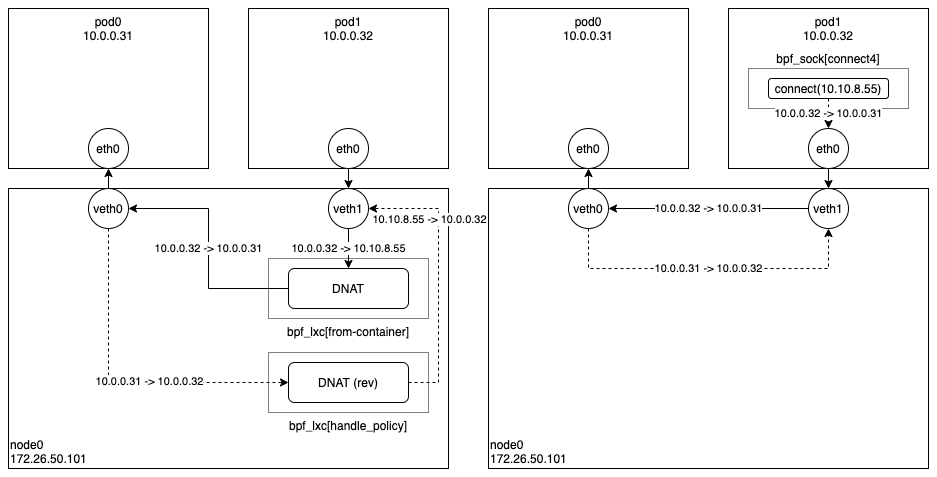
haruband/codebook keeps this draw.io diagram as k8s.cilium/loadbalancing/cilium-loadbalancing.png. Above is the earlier version. Source tidied: cells renumbered, new cells last; positions are measured from the earlier drawing's top-left corner, leaving out a move shared by most shapes.
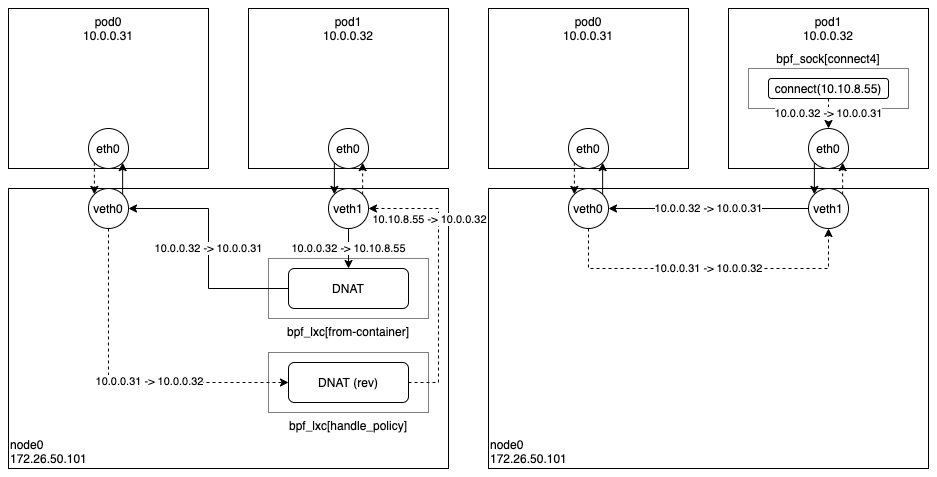
After the change.

Commit message:
Fix k8s.cilium.loadbalancing blog

What changed in the source:
```diff
@@ -20,12 +20,15 @@
     <mxCell id="7" value="DNAT" style="rounded=1;whiteSpace=wrap;html=1;align=center;" parent="1" vertex="1">
       <mxGeometry x="280" y="260" width="120" height="40" as="geometry" />
     </mxCell>
-    <mxCell id="8" style="edgeStyle=orthogonalEdgeStyle;rounded=0;jettySize=auto;html=1;exitX=0.5;exitY=0;exitDx=0;exitDy=0;entryX=0.5;entryY=1;entryDx=0;entryDy=0;startArrow=none;startFill=0;endArrow=classic;endFill=1;" parent="1" edge="1" source="9" target="10">
+    <mxCell id="8" style="edgeStyle=orthogonalEdgeStyle;rounded=0;jettySize=auto;html=1;exitX=1;exitY=0;exitDx=0;exitDy=0;entryX=1;entryY=1;entryDx=0;entryDy=0;" parent="1" edge="1" source="9" target="10">
       <mxGeometry relative="1" as="geometry" />
     </mxCell>
     <mxCell id="9" value="veth0" style="ellipse;whiteSpace=wrap;html=1;fontSize=12;" parent="1" vertex="1">
       <mxGeometry x="80" y="180" width="40" height="40" as="geometry" />
     </mxCell>
+    <mxCell id="35" style="edgeStyle=orthogonalEdgeStyle;rounded=0;jettySize=auto;html=1;exitX=0;exitY=1;exitDx=0;exitDy=0;entryX=0;entryY=0;entryDx=0;entryDy=0;dashed=1;" parent="1" edge="1" source="10" target="9">
+      <mxGeometry relative="1" as="geometry" />
+    </mxCell>
     <mxCell id="10" value="eth0" style="ellipse;whiteSpace=wrap;html=1;fontSize=12;" parent="1" vertex="1">
       <mxGeometry x="80" y="120" width="40" height="40" as="geometry" />
     </mxCell>
@@ -48,7 +51,7 @@
     <mxCell id="14" value="DNAT (rev)" style="rounded=1;whiteSpace=wrap;html=1;align=center;" parent="1" vertex="1">
       <mxGeometry x="280" y="354" width="120" height="40" as="geometry" />
     </mxCell>
-    <mxCell id="15" style="edgeStyle=orthogonalEdgeStyle;rounded=0;jettySize=auto;html=1;exitX=0.5;exitY=1;exitDx=0;exitDy=0;entryX=0.5;entryY=0;entryDx=0;entryDy=0;" parent="1" edge="1" source="16" target="18">
+    <mxCell id="15" style="edgeStyle=orthogonalEdgeStyle;rounded=0;jettySize=auto;html=1;exitX=0;exitY=1;exitDx=0;exitDy=0;entryX=0;entryY=0;entryDx=0;entryDy=0;" parent="1" edge="1" source="16" target="18">
       <mxGeometry relative="1" as="geometry" />
     </mxCell>
     <mxCell id="16" value="eth0" style="ellipse;whiteSpace=wrap;html=1;fontSize=12;" parent="1" vertex="1">
@@ -57,6 +60,9 @@
     <mxCell id="17" value="10.0.0.32 -&amp;gt; 10.10.8.55" style="edgeStyle=orthogonalEdgeStyle;rounded=0;jettySize=auto;html=1;exitX=0.5;exitY=1;exitDx=0;exitDy=0;entryX=0.5;entryY=0;entryDx=0;entryDy=0;" parent="1" edge="1" source="18" target="7">
       <mxGeometry relative="1" as="geometry" />
     </mxCell>
+    <mxCell id="36" style="edgeStyle=orthogonalEdgeStyle;rounded=0;jettySize=auto;html=1;exitX=1;exitY=0;exitDx=0;exitDy=0;entryX=1;entryY=1;entryDx=0;entryDy=0;dashed=1;" parent="1" edge="1" source="18" target="16">
+      <mxGeometry relative="1" as="geometry" />
+    </mxCell>
     <mxCell id="18" value="veth1" style="ellipse;whiteSpace=wrap;html=1;fontSize=12;" parent="1" vertex="1">
       <mxGeometry x="320" y="180" width="40" height="40" as="geometry" />
     </mxCell>
@@ -75,24 +81,27 @@
     <mxCell id="23" value="node0&lt;br&gt;172.26.50.101" style="rounded=0;whiteSpace=wrap;html=1;align=left;verticalAlign=bottom;" parent="1" vertex="1">
       <mxGeometry x="480" y="180" width="440" height="280" as="geometry" />
     </mxCell>
+    <mxCell id="25" value="10.0.0.31 -&amp;gt; 10.0.0.32" style="edgeStyle=orthogonalEdgeStyle;rounded=0;jettySize=auto;html=1;exitX=0.5;exitY=1;exitDx=0;exitDy=0;entryX=0.5;entryY=1;entryDx=0;entryDy=0;dashed=1;" parent="1" edge="1" source="26" target="31">
+      <mxGeometry relative="1" as="geometry">
+        <Array as="points">
+          <mxPoint x="580" y="260" />
+          <mxPoint x="820" y="260" />
+        </Array>
+      </mxGeometry>
+    </mxCell>
-    <mxCell id="24" style="edgeStyle=orthogonalEdgeStyle;rounded=0;jettySize=auto;html=1;exitX=0.5;exitY=0;exitDx=0;exitDy=0;entryX=0.5;entryY=1;entryDx=0;entryDy=0;startArrow=none;startFill=0;endArrow=classic;endFill=1;" parent="1" edge="1" source="26" target="27">
+    <mxCell id="24" style="edgeStyle=orthogonalEdgeStyle;rounded=0;jettySize=auto;html=1;exitX=1;exitY=0;exitDx=0;exitDy=0;entryX=1;entryY=1;entryDx=0;entryDy=0;" parent="1" edge="1" source="26" target="27">
       <mxGeometry relative="1" as="geometry" />
     </mxCell>
-    <mxCell id="25" value="10.0.0.31 -&amp;gt; 10.0.0.32" style="edgeStyle=orthogonalEdgeStyle;rounded=0;jettySize=auto;html=1;exitX=0.5;exitY=1;exitDx=0;exitDy=0;entryX=0.5;entryY=1;entryDx=0;entryDy=0;dashed=1;" parent="1" edge="1" source="26" target="31">
-      <mxGeometry relative="1" as="geometry">
-        <Array as="points">
-          <mxPoint x="580" y="260" />
-          <mxPoint x="820" y="260" />
-        </Array>
-      </mxGeometry>
-    </mxCell>
     <mxCell id="26" value="veth0" style="ellipse;whiteSpace=wrap;html=1;fontSize=12;" parent="1" vertex="1">
       <mxGeometry x="560" y="180" width="40" height="40" as="geometry" />
     </mxCell>
+    <mxCell id="37" style="edgeStyle=orthogonalEdgeStyle;rounded=0;jettySize=auto;html=1;exitX=0;exitY=1;exitDx=0;exitDy=0;entryX=0;entryY=0;entryDx=0;entryDy=0;dashed=1;" parent="1" edge="1" source="27" target="26">
+      <mxGeometry relative="1" as="geometry" />
+    </mxCell>
     <mxCell id="27" value="eth0" style="ellipse;whiteSpace=wrap;html=1;fontSize=12;" parent="1" vertex="1">
       <mxGeometry x="560" y="120" width="40" height="40" as="geometry" />
     </mxCell>
-    <mxCell id="28" style="edgeStyle=orthogonalEdgeStyle;rounded=0;jettySize=auto;html=1;exitX=0.5;exitY=1;exitDx=0;exitDy=0;entryX=0.5;entryY=0;entryDx=0;entryDy=0;" parent="1" edge="1" source="29" target="31">
+    <mxCell id="28" style="edgeStyle=orthogonalEdgeStyle;rounded=0;jettySize=auto;html=1;exitX=0;exitY=1;exitDx=0;exitDy=0;entryX=0;entryY=0;entryDx=0;entryDy=0;" parent="1" edge="1" source="29" target="31">
       <mxGeometry relative="1" as="geometry" />
     </mxCell>
     <mxCell id="29" value="eth0" style="ellipse;whiteSpace=wrap;html=1;fontSize=12;" parent="1" vertex="1">
@@ -101,6 +110,9 @@
     <mxCell id="30" value="10.0.0.32 -&amp;gt; 10.0.0.31" style="edgeStyle=orthogonalEdgeStyle;rounded=0;jettySize=auto;html=1;exitX=0;exitY=0.5;exitDx=0;exitDy=0;entryX=1;entryY=0.5;entryDx=0;entryDy=0;" parent="1" edge="1" source="31" target="26">
       <mxGeometry relative="1" as="geometry" />
     </mxCell>
+    <mxCell id="38" style="edgeStyle=orthogonalEdgeStyle;rounded=0;jettySize=auto;html=1;exitX=1;exitY=0;exitDx=0;exitDy=0;entryX=1;entryY=1;entryDx=0;entryDy=0;dashed=1;" parent="1" edge="1" source="31" target="29">
+      <mxGeometry relative="1" as="geometry" />
+    </mxCell>
     <mxCell id="31" value="veth1" style="ellipse;whiteSpace=wrap;html=1;fontSize=12;" parent="1" vertex="1">
       <mxGeometry x="800" y="180" width="40" height="40" as="geometry" />
     </mxCell>
```
